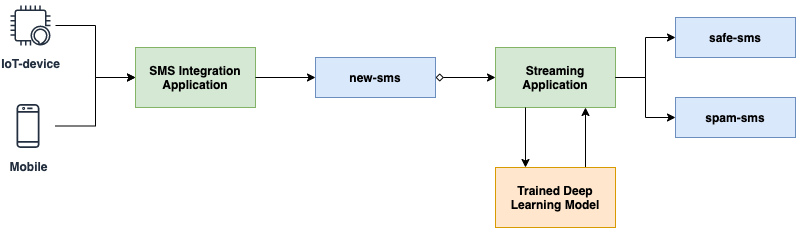
This is docs/assets/architecture.png from FredrikBakken/spam-filter-demo, a draw.io export, as it was before one commit. Source tidied: cells renumbered, new cells last; positions are measured from the earlier drawing's top-left corner, leaving out a move shared by most shapes. Its diagram source:
```xml
<mxGraphModel>
  <root>
    <mxCell id="0" />
    <mxCell id="1" parent="0" />
    <mxCell id="2" value="IoT-device" style="outlineConnect=0;fontColor=#232F3E;gradientColor=none;strokeColor=#232F3E;dashed=0;verticalLabelPosition=bottom;verticalAlign=top;align=center;html=1;fontSize=12;fontStyle=1;shape=mxgraph.aws4.resourceIcon;resIcon=mxgraph.aws4.alexa_enabled_device;fillColor=none;" parent="1" vertex="1">
      <mxGeometry x="5" width="50" height="50" as="geometry" />
    </mxCell>
    <mxCell id="3" value="Mobile" style="outlineConnect=0;fontColor=#232F3E;gradientColor=none;strokeColor=#232F3E;dashed=0;verticalLabelPosition=bottom;verticalAlign=top;align=center;html=1;fontSize=12;fontStyle=1;shape=mxgraph.aws4.resourceIcon;resIcon=mxgraph.aws4.mobile_client;fillColor=none;" parent="1" vertex="1">
      <mxGeometry y="98" width="55" height="55" as="geometry" />
    </mxCell>
    <mxCell id="4" style="edgeStyle=orthogonalEdgeStyle;rounded=0;jettySize=auto;html=1;exitX=0;exitY=0.5;exitDx=0;exitDy=0;endArrow=none;endFill=0;startArrow=classic;startFill=1;" parent="1" edge="1" source="6" target="3">
      <mxGeometry relative="1" as="geometry" />
    </mxCell>
    <mxCell id="5" style="edgeStyle=orthogonalEdgeStyle;rounded=0;jettySize=auto;html=1;exitX=0;exitY=0.5;exitDx=0;exitDy=0;startArrow=classic;startFill=1;endArrow=none;endFill=0;" parent="1" edge="1" source="6" target="2">
      <mxGeometry relative="1" as="geometry" />
    </mxCell>
    <mxCell id="6" value="SMS Integration Application" style="rounded=0;whiteSpace=wrap;html=1;fillColor=#d5e8d4;strokeColor=#82b366;fontStyle=1;" parent="1" vertex="1">
      <mxGeometry x="135" y="47" width="120" height="60" as="geometry" />
    </mxCell>
    <mxCell id="7" style="edgeStyle=orthogonalEdgeStyle;rounded=0;jettySize=auto;html=1;exitX=0;exitY=0.5;exitDx=0;exitDy=0;entryX=1;entryY=0.5;entryDx=0;entryDy=0;startArrow=classic;startFill=1;endArrow=none;endFill=0;" parent="1" edge="1" source="8" target="6">
      <mxGeometry relative="1" as="geometry" />
    </mxCell>
    <mxCell id="8" value="new-sms" style="rounded=0;whiteSpace=wrap;html=1;fillColor=#dae8fc;strokeColor=#6c8ebf;fontStyle=1;" parent="1" vertex="1">
      <mxGeometry x="315" y="57" width="120" height="40" as="geometry" />
    </mxCell>
    <mxCell id="9" style="edgeStyle=orthogonalEdgeStyle;rounded=0;jettySize=auto;html=1;exitX=0.75;exitY=1;exitDx=0;exitDy=0;entryX=0.75;entryY=0;entryDx=0;entryDy=0;startArrow=classic;startFill=1;endArrow=none;endFill=0;" parent="1" edge="1" source="11" target="13">
      <mxGeometry relative="1" as="geometry" />
    </mxCell>
    <mxCell id="10" style="edgeStyle=orthogonalEdgeStyle;rounded=0;jettySize=auto;html=1;exitX=0;exitY=0.5;exitDx=0;exitDy=0;entryX=1;entryY=0.5;entryDx=0;entryDy=0;startArrow=classic;startFill=1;endArrow=diamond;endFill=0;" parent="1" edge="1" source="11" target="8">
      <mxGeometry relative="1" as="geometry" />
    </mxCell>
    <mxCell id="11" value="Streaming Application" style="rounded=0;whiteSpace=wrap;html=1;fillColor=#d5e8d4;strokeColor=#82b366;fontStyle=1;" parent="1" vertex="1">
      <mxGeometry x="495" y="47" width="120" height="60" as="geometry" />
    </mxCell>
    <mxCell id="12" style="edgeStyle=orthogonalEdgeStyle;rounded=0;jettySize=auto;html=1;exitX=0.25;exitY=0;exitDx=0;exitDy=0;entryX=0.25;entryY=1;entryDx=0;entryDy=0;startArrow=classic;startFill=1;endArrow=none;endFill=0;" parent="1" edge="1" source="13" target="11">
      <mxGeometry relative="1" as="geometry" />
    </mxCell>
    <mxCell id="13" value="Trained Deep Learning Model" style="rounded=0;whiteSpace=wrap;html=1;fillColor=#ffe6cc;strokeColor=#d79b00;fontStyle=1;" parent="1" vertex="1">
      <mxGeometry x="495" y="167" width="120" height="60" as="geometry" />
    </mxCell>
    <mxCell id="14" style="edgeStyle=orthogonalEdgeStyle;rounded=0;jettySize=auto;html=1;exitX=0;exitY=0.5;exitDx=0;exitDy=0;entryX=1;entryY=0.5;entryDx=0;entryDy=0;startArrow=classic;startFill=1;endArrow=none;endFill=0;" parent="1" edge="1" source="15" target="11">
      <mxGeometry relative="1" as="geometry" />
    </mxCell>
    <mxCell id="15" value="safe-sms" style="rounded=0;whiteSpace=wrap;html=1;fillColor=#dae8fc;strokeColor=#6c8ebf;fontStyle=1;" parent="1" vertex="1">
      <mxGeometry x="675" y="17" width="120" height="40" as="geometry" />
    </mxCell>
    <mxCell id="16" style="edgeStyle=orthogonalEdgeStyle;rounded=0;jettySize=auto;html=1;exitX=0;exitY=0.5;exitDx=0;exitDy=0;entryX=1;entryY=0.5;entryDx=0;entryDy=0;startArrow=classic;startFill=1;endArrow=none;endFill=0;" parent="1" edge="1" source="17" target="11">
      <mxGeometry relative="1" as="geometry" />
    </mxCell>
    <mxCell id="17" value="spam-sms" style="rounded=0;whiteSpace=wrap;html=1;fillColor=#dae8fc;strokeColor=#6c8ebf;fontStyle=1;" parent="1" vertex="1">
      <mxGeometry x="675" y="97" width="120" height="40" as="geometry" />
    </mxCell>
  </root>
</mxGraphModel>
```
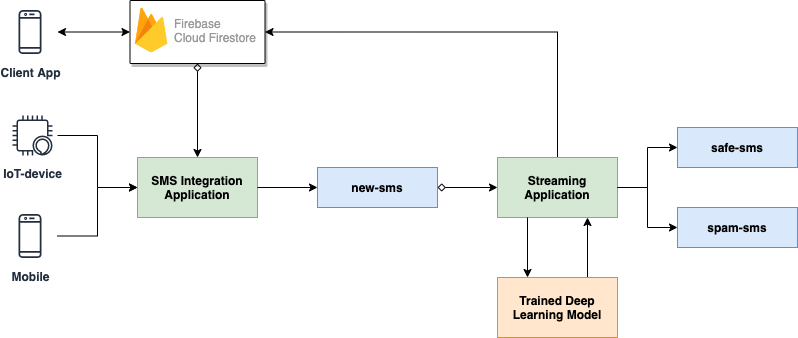
The same diagram one commit later.

Commit message:
Architecture illustration updated.

Change to the diagram source:
```diff
@@ -14,6 +14,9 @@
     <mxCell id="5" style="edgeStyle=orthogonalEdgeStyle;rounded=0;jettySize=auto;html=1;exitX=0;exitY=0.5;exitDx=0;exitDy=0;startArrow=classic;startFill=1;endArrow=none;endFill=0;" parent="1" edge="1" source="6" target="2">
       <mxGeometry relative="1" as="geometry" />
     </mxCell>
+    <mxCell id="18" style="edgeStyle=orthogonalEdgeStyle;rounded=0;jettySize=auto;html=1;exitX=0.5;exitY=0;exitDx=0;exitDy=0;entryX=0.5;entryY=1;entryDx=0;entryDy=0;startArrow=classic;startFill=1;endArrow=diamond;endFill=0;" parent="1" edge="1" source="6" target="22">
+      <mxGeometry relative="1" as="geometry" />
+    </mxCell>
     <mxCell id="6" value="SMS Integration Application" style="rounded=0;whiteSpace=wrap;html=1;fillColor=#d5e8d4;strokeColor=#82b366;fontStyle=1;" parent="1" vertex="1">
       <mxGeometry x="135" y="47" width="120" height="60" as="geometry" />
     </mxCell>
@@ -29,6 +32,9 @@
     <mxCell id="10" style="edgeStyle=orthogonalEdgeStyle;rounded=0;jettySize=auto;html=1;exitX=0;exitY=0.5;exitDx=0;exitDy=0;entryX=1;entryY=0.5;entryDx=0;entryDy=0;startArrow=classic;startFill=1;endArrow=diamond;endFill=0;" parent="1" edge="1" source="11" target="8">
       <mxGeometry relative="1" as="geometry" />
     </mxCell>
+    <mxCell id="19" style="edgeStyle=orthogonalEdgeStyle;rounded=0;jettySize=auto;html=1;exitX=0.5;exitY=0;exitDx=0;exitDy=0;entryX=1;entryY=0.5;entryDx=0;entryDy=0;startArrow=none;startFill=0;endArrow=classic;endFill=1;" parent="1" edge="1" source="11" target="22">
+      <mxGeometry relative="1" as="geometry" />
+    </mxCell>
     <mxCell id="11" value="Streaming Application" style="rounded=0;whiteSpace=wrap;html=1;fillColor=#d5e8d4;strokeColor=#82b366;fontStyle=1;" parent="1" vertex="1">
       <mxGeometry x="495" y="47" width="120" height="60" as="geometry" />
     </mxCell>
@@ -50,5 +56,19 @@
     <mxCell id="17" value="spam-sms" style="rounded=0;whiteSpace=wrap;html=1;fillColor=#dae8fc;strokeColor=#6c8ebf;fontStyle=1;" parent="1" vertex="1">
       <mxGeometry x="675" y="97" width="120" height="40" as="geometry" />
     </mxCell>
+    <mxCell id="20" value="Client App" style="outlineConnect=0;fontColor=#232F3E;gradientColor=none;strokeColor=#232F3E;dashed=0;verticalLabelPosition=bottom;verticalAlign=top;align=center;html=1;fontSize=12;fontStyle=1;shape=mxgraph.aws4.resourceIcon;resIcon=mxgraph.aws4.mobile_client;fillColor=none;" parent="1" vertex="1">
+      <mxGeometry y="-106" width="55" height="55" as="geometry" />
+    </mxCell>
+    <mxCell id="21" style="edgeStyle=orthogonalEdgeStyle;rounded=0;jettySize=auto;html=1;exitX=0;exitY=0.5;exitDx=0;exitDy=0;endArrow=classic;endFill=1;startArrow=classic;startFill=1;" parent="1" edge="1" source="22" target="20">
+      <mxGeometry relative="1" as="geometry" />
+    </mxCell>
+    <mxCell id="22" style="shadow=1;strokeWidth=1;rounded=1;absoluteArcSize=1;arcSize=2;" parent="1" vertex="1">
+      <mxGeometry x="127.5" y="-110" width="135" height="63" as="geometry" />
+    </mxCell>
+    <mxCell id="23" value="Firebase&lt;br&gt;Cloud Firestore" style="dashed=0;html=1;fillColor=#5184F3;strokeColor=none;shape=mxgraph.gcp2.firebase;labelPosition=right;verticalLabelPosition=middle;align=left;verticalAlign=middle;spacingLeft=5;fontColor=#999999;fontSize=12;" parent="22" vertex="1">
+      <mxGeometry width="32.4" height="45" relative="1" as="geometry">
+        <mxPoint x="5" y="7" as="offset" />
+      </mxGeometry>
+    </mxCell>
   </root>
 </mxGraphModel>
```
